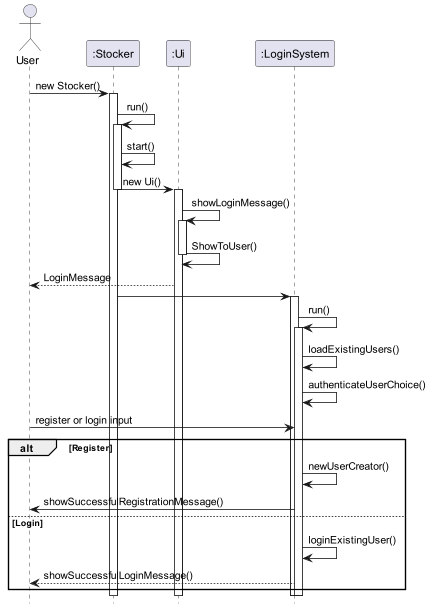
Earlier version of the PlantUML export docs/UML Diagrams/StockerToLoginSystem.png (nus-cs2113-AY2324S1/tp). Source of this version:
```plantuml
@startuml

hide footbox
actor User
Participant ":Stocker" as Stocker
Participant ":Ui" as Ui
Participant ":LoginSystem" as LoginSystem


User -> Stocker : new Stocker()
activate Stocker
Stocker -> Stocker : run()
activate Stocker
Stocker -> Stocker :start()
Stocker -> Ui : new Ui()
deactivate Stocker





activate Ui
Ui -> Ui : showLoginMessage()
activate Ui
Ui -> Ui : ShowToUser()
deactivate Ui
Ui --> User : LoginMessage

Stocker -> LoginSystem
activate LoginSystem
LoginSystem -> LoginSystem : run()
activate LoginSystem
LoginSystem -> LoginSystem : loadExistingUsers()
LoginSystem -> LoginSystem: authenticateUserChoice()
User -> LoginSystem : register or login input




alt  Register


LoginSystem -> LoginSystem : newUserCreator()
LoginSystem -> User : showSuccessfulRegistrationMessage()



else Login
LoginSystem ->LoginSystem : loginExistingUser()
LoginSystem --> User: showSuccessfulLoginMessage()

end
deactivate LoginSystem

deactivate LoginSystem






@enduml
```
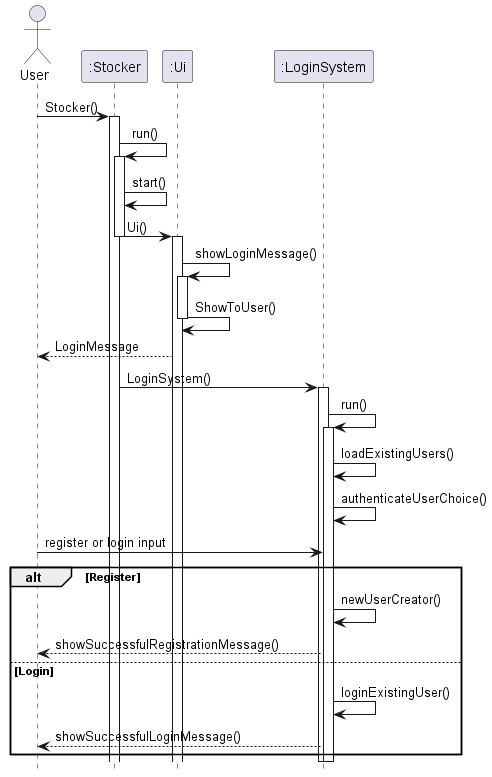
Later version of the same file.

Commit message:
Update UML diagram

Change to the diagram source:
```diff
@@ -6,18 +6,13 @@
 Participant ":Ui" as Ui
 Participant ":LoginSystem" as LoginSystem
 
-
-User -> Stocker : new Stocker()
+User -> Stocker :  Stocker()
 activate Stocker
 Stocker -> Stocker : run()
 activate Stocker
 Stocker -> Stocker :start()
-Stocker -> Ui : new Ui()
+Stocker -> Ui :  Ui()
 deactivate Stocker
-
-
-
-
 
 activate Ui
 Ui -> Ui : showLoginMessage()
@@ -26,7 +21,7 @@
 deactivate Ui
 Ui --> User : LoginMessage
 
-Stocker -> LoginSystem
+Stocker -> LoginSystem :LoginSystem()
 activate LoginSystem
 LoginSystem -> LoginSystem : run()
 activate LoginSystem
@@ -34,16 +29,10 @@
 LoginSystem -> LoginSystem: authenticateUserChoice()
 User -> LoginSystem : register or login input
 
-
-
-
 alt  Register
 
-
 LoginSystem -> LoginSystem : newUserCreator()
-LoginSystem -> User : showSuccessfulRegistrationMessage()
-
-
+LoginSystem --> User : showSuccessfulRegistrationMessage()
 
 else Login
 LoginSystem ->LoginSystem : loginExistingUser()
@@ -54,9 +43,4 @@
 
 deactivate LoginSystem
 
-
-
-
-
-
 @enduml
```
